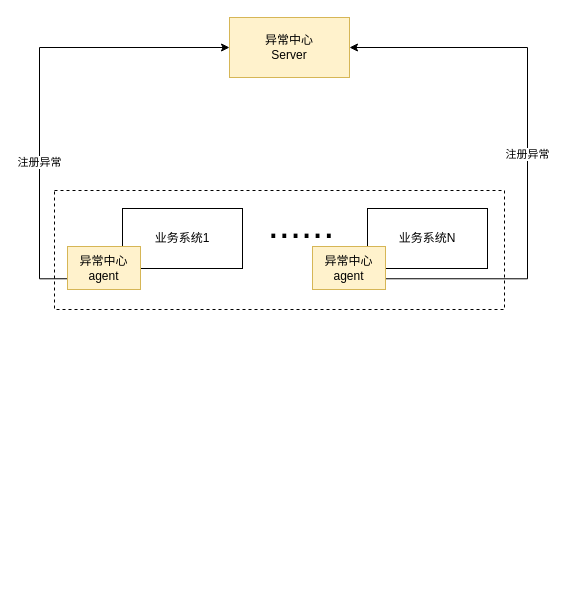
Earlier version of the draw.io diagram page "监控" (4 of 4) of docs/自营业务梳理.drawio (lokiworks/codebase). Source tidied: cells renumbered, new cells numbered last; positions are measured from the earlier drawing's top-left corner, leaving out a move shared by most shapes. Both pictures are drawn from the tidied source at 100%, with x=0, y=0 at pixel (39, 17).
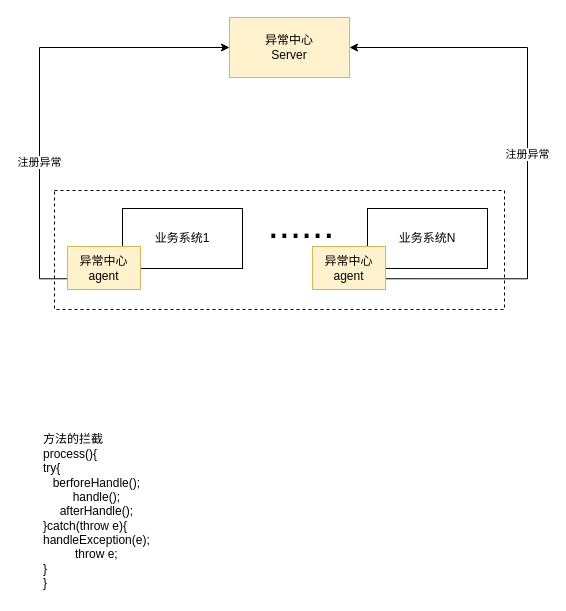
After the change.

Commit message:
Update 自营业务梳理.drawio

What changed in the source:
```diff
@@
 <mxGraphModel>
   <root>
     <mxCell id="0" />
     <mxCell id="1" parent="0" />
     <mxCell id="2" style="rounded=0;whiteSpace=wrap;html=1;fontSize=40;strokeWidth=1;dashed=1;" parent="1" vertex="1">
       <mxGeometry x="15" y="173" width="450" height="119" as="geometry" />
     </mxCell>
     <mxCell id="3" value="异常中心&lt;br&gt;Server" style="rounded=0;whiteSpace=wrap;html=1;fillColor=#fff2cc;strokeColor=#d6b656;" parent="1" vertex="1">
       <mxGeometry x="190" width="120" height="60" as="geometry" />
     </mxCell>
     <mxCell id="4" value="业务系统1" style="rounded=0;whiteSpace=wrap;html=1;" parent="1" vertex="1">
       <mxGeometry x="83" y="191" width="120" height="60" as="geometry" />
     </mxCell>
     <mxCell id="5" value="业务系统N" style="rounded=0;whiteSpace=wrap;html=1;" parent="1" vertex="1">
       <mxGeometry x="328" y="191" width="120" height="60" as="geometry" />
     </mxCell>
     <mxCell id="6" style="edgeStyle=orthogonalEdgeStyle;rounded=0;jettySize=auto;html=1;exitX=0;exitY=0.75;exitDx=0;exitDy=0;entryX=0;entryY=0.5;entryDx=0;entryDy=0;" parent="1" edge="1" source="8" target="3">
       <mxGeometry relative="1" as="geometry">
         <Array as="points">
           <mxPoint y="261" />
           <mxPoint y="30" />
         </Array>
       </mxGeometry>
     </mxCell>
     <mxCell id="7" value="注册异常" style="edgeLabel;html=1;align=center;verticalAlign=middle;" parent="6" vertex="1">
       <mxGeometry x="-0.19" relative="1" as="geometry">
         <mxPoint x="-1" y="37" as="offset" />
       </mxGeometry>
     </mxCell>
     <mxCell id="8" value="异常中心&lt;br&gt;agent" style="rounded=0;whiteSpace=wrap;html=1;fillColor=#fff2cc;strokeColor=#d6b656;" parent="1" vertex="1">
       <mxGeometry x="28" y="229" width="73" height="43" as="geometry" />
     </mxCell>
     <mxCell id="9" style="edgeStyle=orthogonalEdgeStyle;rounded=0;jettySize=auto;html=1;exitX=1;exitY=0.75;exitDx=0;exitDy=0;entryX=1;entryY=0.5;entryDx=0;entryDy=0;" parent="1" edge="1" source="12" target="3">
       <mxGeometry relative="1" as="geometry">
         <Array as="points">
           <mxPoint x="488" y="261" />
           <mxPoint x="488" y="30" />
         </Array>
       </mxGeometry>
     </mxCell>
     <mxCell id="10" style="edgeLabel;html=1;align=center;verticalAlign=middle;" parent="9" vertex="1">
       <mxGeometry x="0.13" y="3" relative="1" as="geometry" />
     </mxCell>
     <mxCell id="11" value="注册异常" style="edgeLabel;html=1;align=center;verticalAlign=middle;" parent="9" vertex="1">
       <mxGeometry x="0.16" y="-1" relative="1" as="geometry">
         <mxPoint x="-2" y="53" as="offset" />
       </mxGeometry>
     </mxCell>
     <mxCell id="12" value="异常中心&lt;br&gt;agent" style="rounded=0;whiteSpace=wrap;html=1;fillColor=#fff2cc;strokeColor=#d6b656;" parent="1" vertex="1">
       <mxGeometry x="273" y="229" width="73" height="43" as="geometry" />
     </mxCell>
     <mxCell id="13" value="......" style="text;html=1;strokeColor=none;fillColor=none;align=center;verticalAlign=middle;whiteSpace=wrap;rounded=0;strokeWidth=1;fontSize=40;" parent="1" vertex="1">
       <mxGeometry x="232" y="191" width="60" height="30" as="geometry" />
     </mxCell>
+    <mxCell id="14" value="方法的拦截&lt;br&gt;process(){&lt;br&gt;&lt;span&gt; &lt;/span&gt;try{&lt;br&gt;&lt;div style=&quot;text-align: center&quot;&gt;&lt;span&gt;berforeHandle();&lt;/span&gt;&lt;/div&gt;&lt;span&gt;&lt;div style=&quot;text-align: center&quot;&gt;&lt;span&gt;handle();&lt;/span&gt;&lt;/div&gt; &lt;/span&gt;&lt;span&gt;&lt;div style=&quot;text-align: center&quot;&gt;&lt;span&gt;afterHandle();&lt;/span&gt;&lt;/div&gt; &lt;/span&gt;&lt;span&gt; &lt;/span&gt;}catch(throw e){&lt;br&gt;&lt;div style=&quot;text-align: center&quot;&gt;&lt;span&gt;handleException(e);&lt;/span&gt;&lt;/div&gt;&lt;div style=&quot;text-align: center&quot;&gt;&lt;span&gt;throw e;&lt;/span&gt;&lt;/div&gt;}&lt;br&gt;}" style="text;html=1;strokeColor=none;fillColor=none;align=left;verticalAlign=middle;whiteSpace=wrap;rounded=0;" parent="1" vertex="1">
+      <mxGeometry x="2" y="411" width="184" height="165" as="geometry" />
+    </mxCell>
   </root>
 </mxGraphModel>
```
